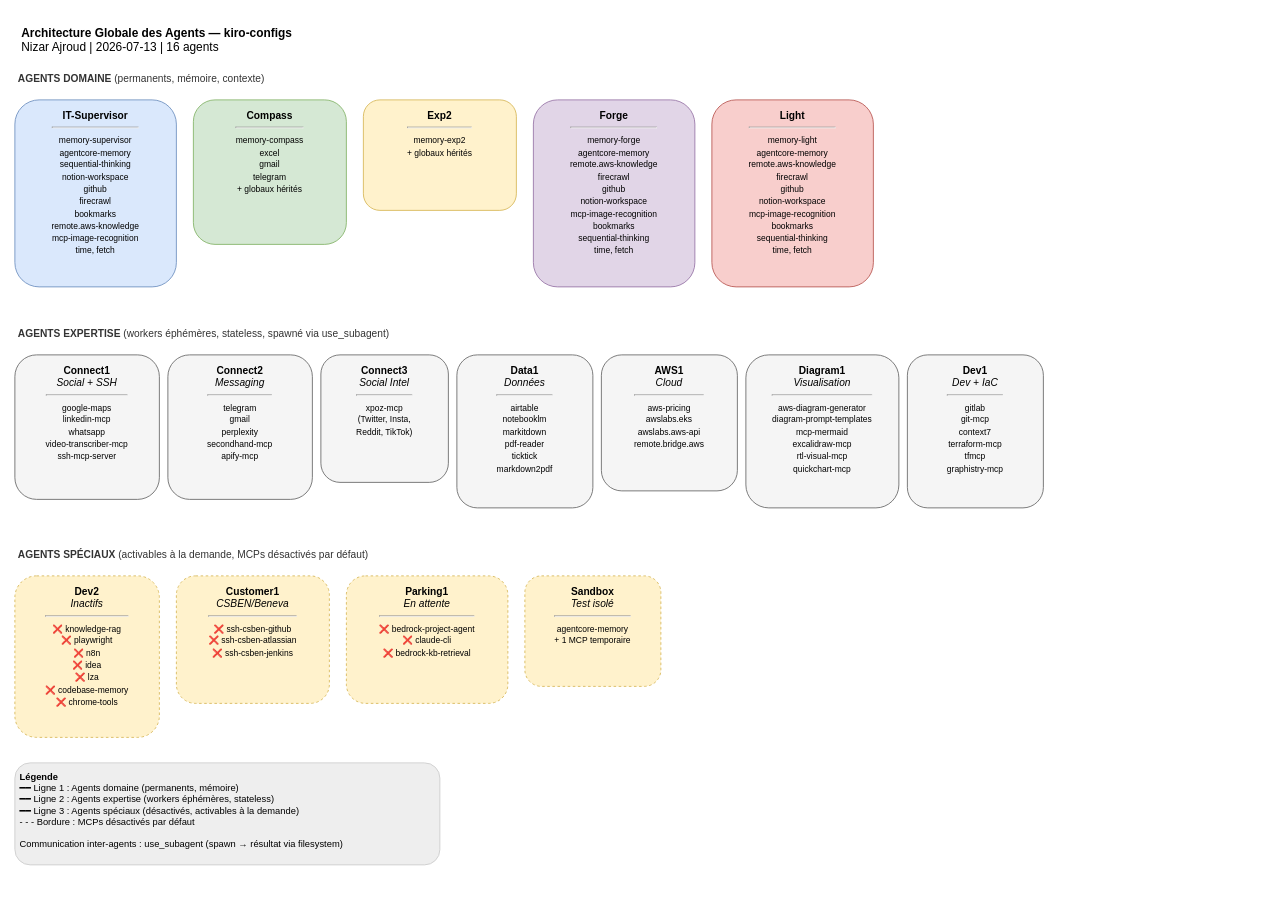
Earlier version of the draw.io diagram docs/architecture-globale-agents.drawio (nizarajroud/kiro-configs). Source tidied: cells renumbered, new cells numbered last; positions are measured from the earlier drawing's top-left corner, leaving out a move shared by most shapes. Both pictures are drawn from the tidied source at 85%, with x=0, y=0 at pixel (14, 14).
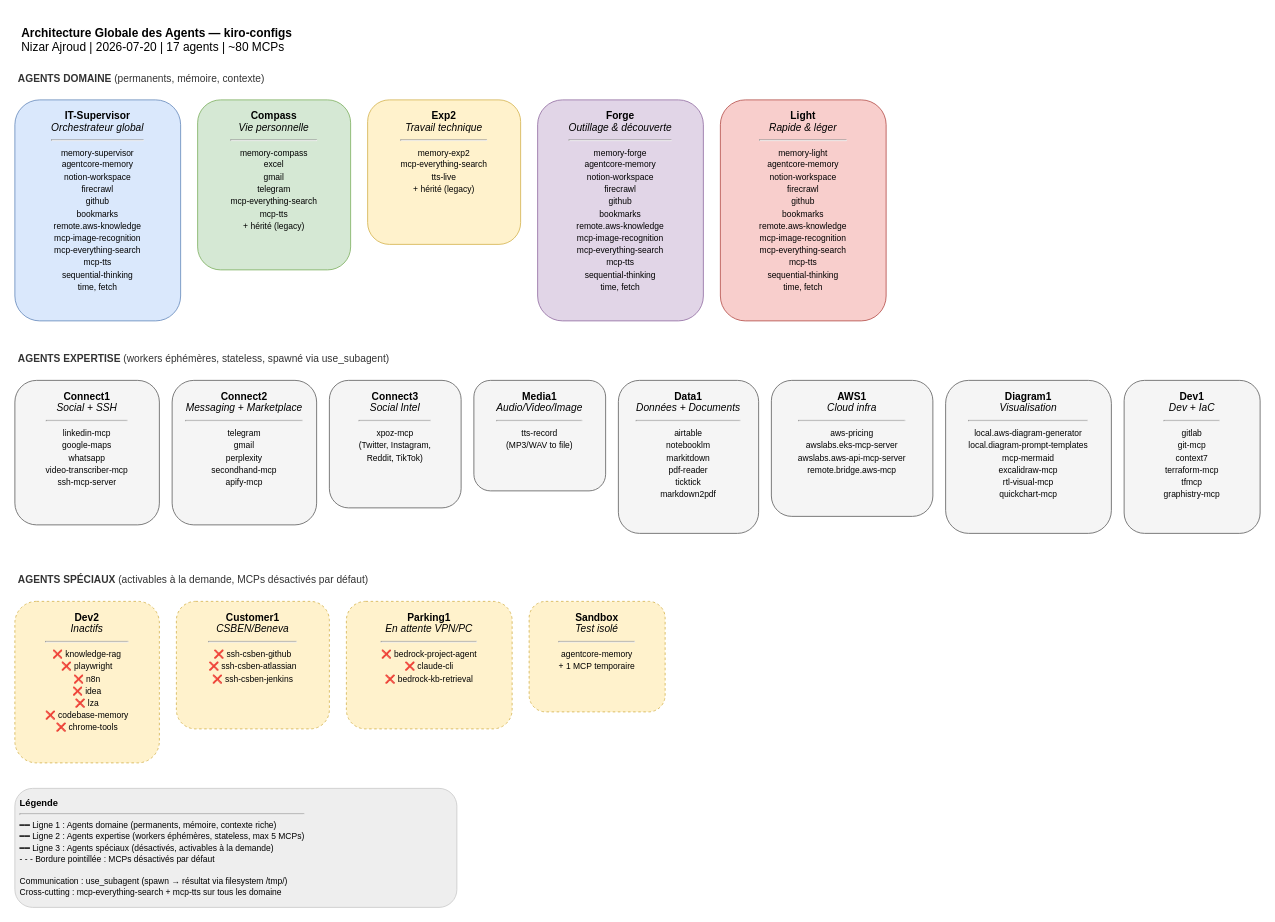
The same diagram, later.

Commit message:
docs: update architecture diagram — 17 agents, ~80 MCPs, add media1

The edit, as a diff of the source:
```diff
@@
-    <mxCell id="2" value="&lt;b&gt;Architecture Globale des Agents — kiro-configs&lt;/b&gt;&lt;br&gt;Nizar Ajroud | 2026-07-13 | 16 agents" style="text;html=1;align=left;verticalAlign=top;whiteSpace=wrap;rounded=0;fontSize=14;spacing=8;" parent="1" vertex="1">
-      <mxGeometry width="550" height="50" as="geometry" />
+    <mxCell id="2" value="&lt;b&gt;Architecture Globale des Agents — kiro-configs&lt;/b&gt;&lt;br&gt;Nizar Ajroud | 2026-07-20 | 17 agents | ~80 MCPs" style="text;html=1;align=left;verticalAlign=top;whiteSpace=wrap;rounded=0;fontSize=14;spacing=8;" parent="1" vertex="1">
+      <mxGeometry width="600" height="50" as="geometry" />
     </mxCell>
     <mxCell id="3" value="&lt;b&gt;AGENTS DOMAINE&lt;/b&gt; (permanents, mémoire, contexte)" style="text;html=1;align=left;verticalAlign=middle;fontSize=12;fontColor=#333333;spacing=4;" parent="1" vertex="1">
-      <mxGeometry y="60" width="400" height="30" as="geometry" />
+      <mxGeometry y="60" width="450" height="30" as="geometry" />
     </mxCell>
-    <mxCell id="4" value="&lt;b&gt;IT-Supervisor&lt;/b&gt;&lt;hr&gt;&lt;font style=&quot;font-size:10px&quot;&gt;memory-supervisor&lt;br&gt;agentcore-memory&lt;br&gt;sequential-thinking&lt;br&gt;notion-workspace&lt;br&gt;github&lt;br&gt;firecrawl&lt;br&gt;bookmarks&lt;br&gt;remote.aws-knowledge&lt;br&gt;mcp-image-recognition&lt;br&gt;time, fetch&lt;/font&gt;" style="rounded=1;whiteSpace=wrap;html=1;fillColor=#dae8fc;strokeColor=#6c8ebf;verticalAlign=top;align=center;spacingTop=5;" parent="1" vertex="1">
-      <mxGeometry y="100" width="190" height="220" as="geometry" />
+    <mxCell id="4" value="&lt;b&gt;IT-Supervisor&lt;/b&gt;&lt;br&gt;&lt;i&gt;Orchestrateur global&lt;/i&gt;&lt;hr&gt;&lt;font style=&quot;font-size:10px&quot;&gt;memory-supervisor&lt;br&gt;agentcore-memory&lt;br&gt;notion-workspace&lt;br&gt;firecrawl&lt;br&gt;github&lt;br&gt;bookmarks&lt;br&gt;remote.aws-knowledge&lt;br&gt;mcp-image-recognition&lt;br&gt;mcp-everything-search&lt;br&gt;mcp-tts&lt;br&gt;sequential-thinking&lt;br&gt;time, fetch&lt;/font&gt;" style="rounded=1;whiteSpace=wrap;html=1;fillColor=#dae8fc;strokeColor=#6c8ebf;verticalAlign=top;align=center;spacingTop=5;" parent="1" vertex="1">
+      <mxGeometry y="100" width="195" height="260" as="geometry" />
     </mxCell>
-    <mxCell id="5" value="&lt;b&gt;Compass&lt;/b&gt;&lt;hr&gt;&lt;font style=&quot;font-size:10px&quot;&gt;memory-compass&lt;br&gt;excel&lt;br&gt;gmail&lt;br&gt;telegram&lt;br&gt;+ globaux hérités&lt;/font&gt;" style="rounded=1;whiteSpace=wrap;html=1;fillColor=#d5e8d4;strokeColor=#82b366;verticalAlign=top;align=center;spacingTop=5;" parent="1" vertex="1">
-      <mxGeometry x="210" y="100" width="180" height="170" as="geometry" />
+    <mxCell id="5" value="&lt;b&gt;Compass&lt;/b&gt;&lt;br&gt;&lt;i&gt;Vie personnelle&lt;/i&gt;&lt;hr&gt;&lt;font style=&quot;font-size:10px&quot;&gt;memory-compass&lt;br&gt;excel&lt;br&gt;gmail&lt;br&gt;telegram&lt;br&gt;mcp-everything-search&lt;br&gt;mcp-tts&lt;br&gt;+ hérité (legacy)&lt;/font&gt;" style="rounded=1;whiteSpace=wrap;html=1;fillColor=#d5e8d4;strokeColor=#82b366;verticalAlign=top;align=center;spacingTop=5;" parent="1" vertex="1">
+      <mxGeometry x="215" y="100" width="180" height="200" as="geometry" />
     </mxCell>
-    <mxCell id="6" value="&lt;b&gt;Exp2&lt;/b&gt;&lt;hr&gt;&lt;font style=&quot;font-size:10px&quot;&gt;memory-exp2&lt;br&gt;+ globaux hérités&lt;/font&gt;" style="rounded=1;whiteSpace=wrap;html=1;fillColor=#fff2cc;strokeColor=#d6b656;verticalAlign=top;align=center;spacingTop=5;" parent="1" vertex="1">
-      <mxGeometry x="410" y="100" width="180" height="130" as="geometry" />
+    <mxCell id="6" value="&lt;b&gt;Exp2&lt;/b&gt;&lt;br&gt;&lt;i&gt;Travail technique&lt;/i&gt;&lt;hr&gt;&lt;font style=&quot;font-size:10px&quot;&gt;memory-exp2&lt;br&gt;mcp-everything-search&lt;br&gt;tts-live&lt;br&gt;+ hérité (legacy)&lt;/font&gt;" style="rounded=1;whiteSpace=wrap;html=1;fillColor=#fff2cc;strokeColor=#d6b656;verticalAlign=top;align=center;spacingTop=5;" parent="1" vertex="1">
+      <mxGeometry x="415" y="100" width="180" height="170" as="geometry" />
     </mxCell>
-    <mxCell id="7" value="&lt;b&gt;Forge&lt;/b&gt;&lt;hr&gt;&lt;font style=&quot;font-size:10px&quot;&gt;memory-forge&lt;br&gt;agentcore-memory&lt;br&gt;remote.aws-knowledge&lt;br&gt;firecrawl&lt;br&gt;github&lt;br&gt;notion-workspace&lt;br&gt;mcp-image-recognition&lt;br&gt;bookmarks&lt;br&gt;sequential-thinking&lt;br&gt;time, fetch&lt;/font&gt;" style="rounded=1;whiteSpace=wrap;html=1;fillColor=#e1d5e7;strokeColor=#9673a6;verticalAlign=top;align=center;spacingTop=5;" parent="1" vertex="1">
-      <mxGeometry x="610" y="100" width="190" height="220" as="geometry" />
+    <mxCell id="7" value="&lt;b&gt;Forge&lt;/b&gt;&lt;br&gt;&lt;i&gt;Outillage &amp;amp; découverte&lt;/i&gt;&lt;hr&gt;&lt;font style=&quot;font-size:10px&quot;&gt;memory-forge&lt;br&gt;agentcore-memory&lt;br&gt;notion-workspace&lt;br&gt;firecrawl&lt;br&gt;github&lt;br&gt;bookmarks&lt;br&gt;remote.aws-knowledge&lt;br&gt;mcp-image-recognition&lt;br&gt;mcp-everything-search&lt;br&gt;mcp-tts&lt;br&gt;sequential-thinking&lt;br&gt;time, fetch&lt;/font&gt;" style="rounded=1;whiteSpace=wrap;html=1;fillColor=#e1d5e7;strokeColor=#9673a6;verticalAlign=top;align=center;spacingTop=5;" parent="1" vertex="1">
+      <mxGeometry x="615" y="100" width="195" height="260" as="geometry" />
     </mxCell>
-    <mxCell id="8" value="&lt;b&gt;Light&lt;/b&gt;&lt;hr&gt;&lt;font style=&quot;font-size:10px&quot;&gt;memory-light&lt;br&gt;agentcore-memory&lt;br&gt;remote.aws-knowledge&lt;br&gt;firecrawl&lt;br&gt;github&lt;br&gt;notion-workspace&lt;br&gt;mcp-image-recognition&lt;br&gt;bookmarks&lt;br&gt;sequential-thinking&lt;br&gt;time, fetch&lt;/font&gt;" style="rounded=1;whiteSpace=wrap;html=1;fillColor=#f8cecc;strokeColor=#b85450;verticalAlign=top;align=center;spacingTop=5;" parent="1" vertex="1">
-      <mxGeometry x="820" y="100" width="190" height="220" as="geometry" />
+    <mxCell id="8" value="&lt;b&gt;Light&lt;/b&gt;&lt;br&gt;&lt;i&gt;Rapide &amp;amp; léger&lt;/i&gt;&lt;hr&gt;&lt;font style=&quot;font-size:10px&quot;&gt;memory-light&lt;br&gt;agentcore-memory&lt;br&gt;notion-workspace&lt;br&gt;firecrawl&lt;br&gt;github&lt;br&gt;bookmarks&lt;br&gt;remote.aws-knowledge&lt;br&gt;mcp-image-recognition&lt;br&gt;mcp-everything-search&lt;br&gt;mcp-tts&lt;br&gt;sequential-thinking&lt;br&gt;time, fetch&lt;/font&gt;" style="rounded=1;whiteSpace=wrap;html=1;fillColor=#f8cecc;strokeColor=#b85450;verticalAlign=top;align=center;spacingTop=5;" parent="1" vertex="1">
+      <mxGeometry x="830" y="100" width="195" height="260" as="geometry" />
     </mxCell>
     <mxCell id="9" value="&lt;b&gt;AGENTS EXPERTISE&lt;/b&gt; (workers éphémères, stateless, spawné via use_subagent)" style="text;html=1;align=left;verticalAlign=middle;fontSize=12;fontColor=#333333;spacing=4;" parent="1" vertex="1">
-      <mxGeometry y="360" width="550" height="30" as="geometry" />
+      <mxGeometry y="390" width="550" height="30" as="geometry" />
     </mxCell>
-    <mxCell id="10" value="&lt;b&gt;Connect1&lt;/b&gt;&lt;br&gt;&lt;i&gt;Social + SSH&lt;/i&gt;&lt;hr&gt;&lt;font style=&quot;font-size:10px&quot;&gt;google-maps&lt;br&gt;linkedin-mcp&lt;br&gt;whatsapp&lt;br&gt;video-transcriber-mcp&lt;br&gt;ssh-mcp-server&lt;/font&gt;" style="rounded=1;whiteSpace=wrap;html=1;fillColor=#f5f5f5;strokeColor=#666666;verticalAlign=top;align=center;spacingTop=5;" parent="1" vertex="1">
-      <mxGeometry y="400" width="170" height="170" as="geometry" />
+    <mxCell id="10" value="&lt;b&gt;Connect1&lt;/b&gt;&lt;br&gt;&lt;i&gt;Social + SSH&lt;/i&gt;&lt;hr&gt;&lt;font style=&quot;font-size:10px&quot;&gt;linkedin-mcp&lt;br&gt;google-maps&lt;br&gt;whatsapp&lt;br&gt;video-transcriber-mcp&lt;br&gt;ssh-mcp-server&lt;/font&gt;" style="rounded=1;whiteSpace=wrap;html=1;fillColor=#f5f5f5;strokeColor=#666666;verticalAlign=top;align=center;spacingTop=5;" parent="1" vertex="1">
+      <mxGeometry y="430" width="170" height="170" as="geometry" />
     </mxCell>
-    <mxCell id="11" value="&lt;b&gt;Connect2&lt;/b&gt;&lt;br&gt;&lt;i&gt;Messaging&lt;/i&gt;&lt;hr&gt;&lt;font style=&quot;font-size:10px&quot;&gt;telegram&lt;br&gt;gmail&lt;br&gt;perplexity&lt;br&gt;secondhand-mcp&lt;br&gt;apify-mcp&lt;/font&gt;" style="rounded=1;whiteSpace=wrap;html=1;fillColor=#f5f5f5;strokeColor=#666666;verticalAlign=top;align=center;spacingTop=5;" parent="1" vertex="1">
-      <mxGeometry x="180" y="400" width="170" height="170" as="geometry" />
+    <mxCell id="11" value="&lt;b&gt;Connect2&lt;/b&gt;&lt;br&gt;&lt;i&gt;Messaging + Marketplace&lt;/i&gt;&lt;hr&gt;&lt;font style=&quot;font-size:10px&quot;&gt;telegram&lt;br&gt;gmail&lt;br&gt;perplexity&lt;br&gt;secondhand-mcp&lt;br&gt;apify-mcp&lt;/font&gt;" style="rounded=1;whiteSpace=wrap;html=1;fillColor=#f5f5f5;strokeColor=#666666;verticalAlign=top;align=center;spacingTop=5;" parent="1" vertex="1">
+      <mxGeometry x="185" y="430" width="170" height="170" as="geometry" />
     </mxCell>
-    <mxCell id="12" value="&lt;b&gt;Connect3&lt;/b&gt;&lt;br&gt;&lt;i&gt;Social Intel&lt;/i&gt;&lt;hr&gt;&lt;font style=&quot;font-size:10px&quot;&gt;xpoz-mcp&lt;br&gt;(Twitter, Insta,&lt;br&gt;Reddit, TikTok)&lt;/font&gt;" style="rounded=1;whiteSpace=wrap;html=1;fillColor=#f5f5f5;strokeColor=#666666;verticalAlign=top;align=center;spacingTop=5;" parent="1" vertex="1">
-      <mxGeometry x="360" y="400" width="150" height="150" as="geometry" />
+    <mxCell id="12" value="&lt;b&gt;Connect3&lt;/b&gt;&lt;br&gt;&lt;i&gt;Social Intel&lt;/i&gt;&lt;hr&gt;&lt;font style=&quot;font-size:10px&quot;&gt;xpoz-mcp&lt;br&gt;(Twitter, Instagram,&lt;br&gt;Reddit, TikTok)&lt;/font&gt;" style="rounded=1;whiteSpace=wrap;html=1;fillColor=#f5f5f5;strokeColor=#666666;verticalAlign=top;align=center;spacingTop=5;" parent="1" vertex="1">
+      <mxGeometry x="370" y="430" width="155" height="150" as="geometry" />
     </mxCell>
+    <mxCell id="23" value="&lt;b&gt;Media1&lt;/b&gt;&lt;br&gt;&lt;i&gt;Audio/Video/Image&lt;/i&gt;&lt;hr&gt;&lt;font style=&quot;font-size:10px&quot;&gt;tts-record&lt;br&gt;(MP3/WAV to file)&lt;/font&gt;" style="rounded=1;whiteSpace=wrap;html=1;fillColor=#f5f5f5;strokeColor=#666666;verticalAlign=top;align=center;spacingTop=5;" parent="1" vertex="1">
+      <mxGeometry x="540" y="430" width="155" height="130" as="geometry" />
+    </mxCell>
-    <mxCell id="13" value="&lt;b&gt;Data1&lt;/b&gt;&lt;br&gt;&lt;i&gt;Données&lt;/i&gt;&lt;hr&gt;&lt;font style=&quot;font-size:10px&quot;&gt;airtable&lt;br&gt;notebooklm&lt;br&gt;markitdown&lt;br&gt;pdf-reader&lt;br&gt;ticktick&lt;br&gt;markdown2pdf&lt;/font&gt;" style="rounded=1;whiteSpace=wrap;html=1;fillColor=#f5f5f5;strokeColor=#666666;verticalAlign=top;align=center;spacingTop=5;" parent="1" vertex="1">
-      <mxGeometry x="520" y="400" width="160" height="180" as="geometry" />
+    <mxCell id="13" value="&lt;b&gt;Data1&lt;/b&gt;&lt;br&gt;&lt;i&gt;Données + Documents&lt;/i&gt;&lt;hr&gt;&lt;font style=&quot;font-size:10px&quot;&gt;airtable&lt;br&gt;notebooklm&lt;br&gt;markitdown&lt;br&gt;pdf-reader&lt;br&gt;ticktick&lt;br&gt;markdown2pdf&lt;/font&gt;" style="rounded=1;whiteSpace=wrap;html=1;fillColor=#f5f5f5;strokeColor=#666666;verticalAlign=top;align=center;spacingTop=5;" parent="1" vertex="1">
+      <mxGeometry x="710" y="430" width="165" height="180" as="geometry" />
     </mxCell>
-    <mxCell id="14" value="&lt;b&gt;AWS1&lt;/b&gt;&lt;br&gt;&lt;i&gt;Cloud&lt;/i&gt;&lt;hr&gt;&lt;font style=&quot;font-size:10px&quot;&gt;aws-pricing&lt;br&gt;awslabs.eks&lt;br&gt;awslabs.aws-api&lt;br&gt;remote.bridge.aws&lt;/font&gt;" style="rounded=1;whiteSpace=wrap;html=1;fillColor=#f5f5f5;strokeColor=#666666;verticalAlign=top;align=center;spacingTop=5;" parent="1" vertex="1">
-      <mxGeometry x="690" y="400" width="160" height="160" as="geometry" />
+    <mxCell id="14" value="&lt;b&gt;AWS1&lt;/b&gt;&lt;br&gt;&lt;i&gt;Cloud infra&lt;/i&gt;&lt;hr&gt;&lt;font style=&quot;font-size:10px&quot;&gt;aws-pricing&lt;br&gt;awslabs.eks-mcp-server&lt;br&gt;awslabs.aws-api-mcp-server&lt;br&gt;remote.bridge.aws-mcp&lt;/font&gt;" style="rounded=1;whiteSpace=wrap;html=1;fillColor=#f5f5f5;strokeColor=#666666;verticalAlign=top;align=center;spacingTop=5;" parent="1" vertex="1">
+      <mxGeometry x="890" y="430" width="190" height="160" as="geometry" />
     </mxCell>
-    <mxCell id="15" value="&lt;b&gt;Diagram1&lt;/b&gt;&lt;br&gt;&lt;i&gt;Visualisation&lt;/i&gt;&lt;hr&gt;&lt;font style=&quot;font-size:10px&quot;&gt;aws-diagram-generator&lt;br&gt;diagram-prompt-templates&lt;br&gt;mcp-mermaid&lt;br&gt;excalidraw-mcp&lt;br&gt;rtl-visual-mcp&lt;br&gt;quickchart-mcp&lt;/font&gt;" style="rounded=1;whiteSpace=wrap;html=1;fillColor=#f5f5f5;strokeColor=#666666;verticalAlign=top;align=center;spacingTop=5;" parent="1" vertex="1">
-      <mxGeometry x="860" y="400" width="180" height="180" as="geometry" />
+    <mxCell id="15" value="&lt;b&gt;Diagram1&lt;/b&gt;&lt;br&gt;&lt;i&gt;Visualisation&lt;/i&gt;&lt;hr&gt;&lt;font style=&quot;font-size:10px&quot;&gt;local.aws-diagram-generator&lt;br&gt;local.diagram-prompt-templates&lt;br&gt;mcp-mermaid&lt;br&gt;excalidraw-mcp&lt;br&gt;rtl-visual-mcp&lt;br&gt;quickchart-mcp&lt;/font&gt;" style="rounded=1;whiteSpace=wrap;html=1;fillColor=#f5f5f5;strokeColor=#666666;verticalAlign=top;align=center;spacingTop=5;" parent="1" vertex="1">
+      <mxGeometry x="1095" y="430" width="195" height="180" as="geometry" />
     </mxCell>
     <mxCell id="16" value="&lt;b&gt;Dev1&lt;/b&gt;&lt;br&gt;&lt;i&gt;Dev + IaC&lt;/i&gt;&lt;hr&gt;&lt;font style=&quot;font-size:10px&quot;&gt;gitlab&lt;br&gt;git-mcp&lt;br&gt;context7&lt;br&gt;terraform-mcp&lt;br&gt;tfmcp&lt;br&gt;graphistry-mcp&lt;/font&gt;" style="rounded=1;whiteSpace=wrap;html=1;fillColor=#f5f5f5;strokeColor=#666666;verticalAlign=top;align=center;spacingTop=5;" parent="1" vertex="1">
-      <mxGeometry x="1050" y="400" width="160" height="180" as="geometry" />
+      <mxGeometry x="1305" y="430" width="160" height="180" as="geometry" />
     </mxCell>
     <mxCell id="17" value="&lt;b&gt;AGENTS SPÉCIAUX&lt;/b&gt; (activables à la demande, MCPs désactivés par défaut)" style="text;html=1;align=left;verticalAlign=middle;fontSize=12;fontColor=#333333;spacing=4;" parent="1" vertex="1">
-      <mxGeometry y="620" width="550" height="30" as="geometry" />
+      <mxGeometry y="650" width="550" height="30" as="geometry" />
     </mxCell>
     <mxCell id="18" value="&lt;b&gt;Dev2&lt;/b&gt;&lt;br&gt;&lt;i&gt;Inactifs&lt;/i&gt;&lt;hr&gt;&lt;font style=&quot;font-size:10px&quot;&gt;❌ knowledge-rag&lt;br&gt;❌ playwright&lt;br&gt;❌ n8n&lt;br&gt;❌ idea&lt;br&gt;❌ lza&lt;br&gt;❌ codebase-memory&lt;br&gt;❌ chrome-tools&lt;/font&gt;" style="rounded=1;whiteSpace=wrap;html=1;fillColor=#fff2cc;strokeColor=#d6b656;verticalAlign=top;align=center;spacingTop=5;dashed=1;" parent="1" vertex="1">
-      <mxGeometry y="660" width="170" height="190" as="geometry" />
+      <mxGeometry y="690" width="170" height="190" as="geometry" />
     </mxCell>
     <mxCell id="19" value="&lt;b&gt;Customer1&lt;/b&gt;&lt;br&gt;&lt;i&gt;CSBEN/Beneva&lt;/i&gt;&lt;hr&gt;&lt;font style=&quot;font-size:10px&quot;&gt;❌ ssh-csben-github&lt;br&gt;❌ ssh-csben-atlassian&lt;br&gt;❌ ssh-csben-jenkins&lt;/font&gt;" style="rounded=1;whiteSpace=wrap;html=1;fillColor=#fff2cc;strokeColor=#d6b656;verticalAlign=top;align=center;spacingTop=5;dashed=1;" parent="1" vertex="1">
-      <mxGeometry x="190" y="660" width="180" height="150" as="geometry" />
+      <mxGeometry x="190" y="690" width="180" height="150" as="geometry" />
     </mxCell>
-    <mxCell id="20" value="&lt;b&gt;Parking1&lt;/b&gt;&lt;br&gt;&lt;i&gt;En attente&lt;/i&gt;&lt;hr&gt;&lt;font style=&quot;font-size:10px&quot;&gt;❌ bedrock-project-agent&lt;br&gt;❌ claude-cli&lt;br&gt;❌ bedrock-kb-retrieval&lt;/font&gt;" style="rounded=1;whiteSpace=wrap;html=1;fillColor=#fff2cc;strokeColor=#d6b656;verticalAlign=top;align=center;spacingTop=5;dashed=1;" parent="1" vertex="1">
-      <mxGeometry x="390" y="660" width="190" height="150" as="geometry" />
+    <mxCell id="20" value="&lt;b&gt;Parking1&lt;/b&gt;&lt;br&gt;&lt;i&gt;En attente VPN/PC&lt;/i&gt;&lt;hr&gt;&lt;font style=&quot;font-size:10px&quot;&gt;❌ bedrock-project-agent&lt;br&gt;❌ claude-cli&lt;br&gt;❌ bedrock-kb-retrieval&lt;/font&gt;" style="rounded=1;whiteSpace=wrap;html=1;fillColor=#fff2cc;strokeColor=#d6b656;verticalAlign=top;align=center;spacingTop=5;dashed=1;" parent="1" vertex="1">
+      <mxGeometry x="390" y="690" width="195" height="150" as="geometry" />
     </mxCell>
     <mxCell id="21" value="&lt;b&gt;Sandbox&lt;/b&gt;&lt;br&gt;&lt;i&gt;Test isolé&lt;/i&gt;&lt;hr&gt;&lt;font style=&quot;font-size:10px&quot;&gt;agentcore-memory&lt;br&gt;+ 1 MCP temporaire&lt;/font&gt;" style="rounded=1;whiteSpace=wrap;html=1;fillColor=#fff2cc;strokeColor=#d6b656;verticalAlign=top;align=center;spacingTop=5;dashed=1;" parent="1" vertex="1">
-      <mxGeometry x="600" y="660" width="160" height="130" as="geometry" />
+      <mxGeometry x="605" y="690" width="160" height="130" as="geometry" />
     </mxCell>
-    <mxCell id="22" value="&lt;b&gt;Légende&lt;/b&gt;&lt;br&gt;━━ Ligne 1 : Agents domaine (permanents, mémoire)&lt;br&gt;━━ Ligne 2 : Agents expertise (workers éphémères, stateless)&lt;br&gt;━━ Ligne 3 : Agents spéciaux (désactivés, activables à la demande)&lt;br&gt;- - - Bordure : MCPs désactivés par défaut&lt;br&gt;&lt;br&gt;Communication inter-agents : use_subagent (spawn → résultat via filesystem)" style="text;html=1;align=left;verticalAlign=top;whiteSpace=wrap;rounded=0;fontSize=11;spacing=6;fillColor=#eeeeee;strokeColor=#cccccc;rounded=1;" parent="1" vertex="1">
-      <mxGeometry y="880" width="500" height="120" as="geometry" />
+    <mxCell id="22" value="&lt;b&gt;Légende&lt;/b&gt;&lt;hr&gt;&lt;font style=&quot;font-size:10px&quot;&gt;━━ Ligne 1 : Agents domaine (permanents, mémoire, contexte riche)&lt;br&gt;━━ Ligne 2 : Agents expertise (workers éphémères, stateless, max 5 MCPs)&lt;br&gt;━━ Ligne 3 : Agents spéciaux (désactivés, activables à la demande)&lt;br&gt;- - - Bordure pointillée : MCPs désactivés par défaut&lt;br&gt;&lt;br&gt;Communication : use_subagent (spawn → résultat via filesystem /tmp/)&lt;br&gt;Cross-cutting : mcp-everything-search + mcp-tts sur tous les domaine&lt;/font&gt;" style="text;html=1;align=left;verticalAlign=top;whiteSpace=wrap;rounded=1;fontSize=11;spacing=6;fillColor=#eeeeee;strokeColor=#cccccc;" parent="1" vertex="1">
+      <mxGeometry y="910" width="520" height="140" as="geometry" />
     </mxCell>
```
